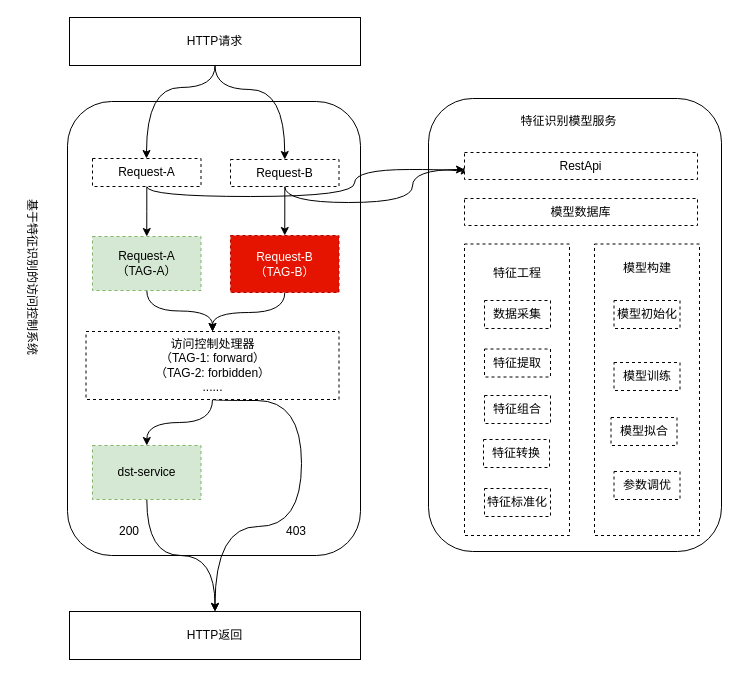
The draw.io diagram page "第 2 页" (2 of 2) of 特征工程flow.drawio in HurryUpWb/pdf, before the edit. Source tidied: cells renumbered, new cells numbered last; positions are measured from the earlier drawing's top-left corner, leaving out a move shared by most shapes. Both pictures are drawn from the tidied source at 100%, with x=0, y=0 at pixel (-57, 17).
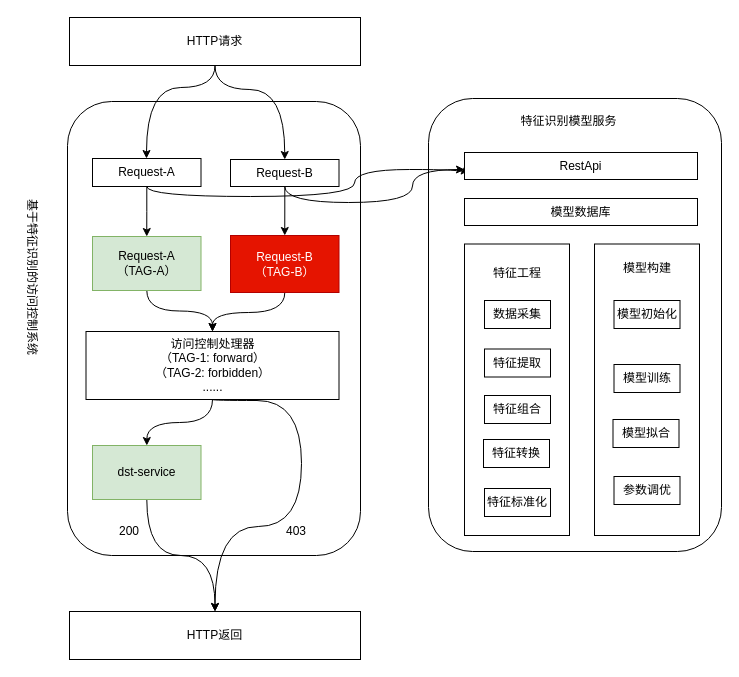
The same page after the edit.

Commit message:
更新特征工程flow.drawio

Change to the diagram source:
```diff
@@
-    <mxCell id="8" value="Request-A" style="whiteSpace=wrap;html=1;rounded=0;dashed=1;align=center;" parent="1" vertex="1">
+    <mxCell id="8" value="Request-A" style="whiteSpace=wrap;html=1;rounded=0;align=center;" parent="1" vertex="1">
       <mxGeometry x="149" y="141" width="108.5" height="28" as="geometry" />
     </mxCell>
@@
-    <mxCell id="12" value="Request-B" style="whiteSpace=wrap;html=1;rounded=0;dashed=1;align=center;" parent="1" vertex="1">
+    <mxCell id="12" value="Request-B" style="whiteSpace=wrap;html=1;rounded=0;align=center;" parent="1" vertex="1">
       <mxGeometry x="287" y="142" width="108.5" height="27" as="geometry" />
     </mxCell>
-    <mxCell id="13" value="RestApi" style="whiteSpace=wrap;html=1;rounded=0;dashed=1;align=center;" parent="1" vertex="1">
+    <mxCell id="13" value="RestApi" style="whiteSpace=wrap;html=1;rounded=0;align=center;" parent="1" vertex="1">
       <mxGeometry x="521" y="135" width="233" height="27" as="geometry" />
     </mxCell>
@@
-    <mxCell id="15" value="Request-A&lt;div&gt;（TAG-A）&lt;/div&gt;" style="whiteSpace=wrap;html=1;rounded=0;dashed=1;align=center;fillColor=#d5e8d4;strokeColor=#82b366;" parent="1" vertex="1">
+    <mxCell id="15" value="Request-A&lt;div&gt;（TAG-A）&lt;/div&gt;" style="whiteSpace=wrap;html=1;rounded=0;align=center;fillColor=#d5e8d4;strokeColor=#82b366;" parent="1" vertex="1">
       <mxGeometry x="149" y="219" width="108.5" height="54" as="geometry" />
     </mxCell>
@@
-    <mxCell id="17" value="Request-B&lt;div&gt;（TAG-B）&lt;/div&gt;" style="whiteSpace=wrap;html=1;rounded=0;dashed=1;align=center;fillColor=#e51400;fontColor=#ffffff;strokeColor=#B20000;" parent="1" vertex="1">
+    <mxCell id="17" value="Request-B&lt;div&gt;（TAG-B）&lt;/div&gt;" style="whiteSpace=wrap;html=1;rounded=0;align=center;fillColor=#e51400;fontColor=#ffffff;strokeColor=#B20000;" parent="1" vertex="1">
       <mxGeometry x="287" y="218" width="108.5" height="57" as="geometry" />
     </mxCell>
@@
-    <mxCell id="22" value="访问控制处理器&lt;div&gt;（TAG-1: forward）&lt;/div&gt;&lt;div&gt;（TAG-2: forbidden）&lt;br&gt;&lt;/div&gt;&lt;div&gt;......&lt;/div&gt;" style="whiteSpace=wrap;html=1;rounded=0;dashed=1;align=center;" parent="1" vertex="1">
+    <mxCell id="22" value="访问控制处理器&lt;div&gt;（TAG-1: forward）&lt;/div&gt;&lt;div&gt;（TAG-2: forbidden）&lt;br&gt;&lt;/div&gt;&lt;div&gt;......&lt;/div&gt;" style="whiteSpace=wrap;html=1;rounded=0;align=center;" parent="1" vertex="1">
       <mxGeometry x="142.5" y="314" width="253" height="68" as="geometry" />
     </mxCell>
@@
-    <mxCell id="24" value="dst-service" style="whiteSpace=wrap;html=1;rounded=0;dashed=1;align=center;fillColor=#d5e8d4;strokeColor=#82b366;" parent="1" vertex="1">
+    <mxCell id="24" value="dst-service" style="whiteSpace=wrap;html=1;rounded=0;align=center;fillColor=#d5e8d4;strokeColor=#82b366;" parent="1" vertex="1">
       <mxGeometry x="149" y="428" width="108.5" height="54" as="geometry" />
     </mxCell>
@@
-    <mxCell id="28" style="whiteSpace=wrap;html=1;rounded=0;dashed=1;align=center;" parent="1" vertex="1">
+    <mxCell id="28" style="whiteSpace=wrap;html=1;rounded=0;align=center;" parent="1" vertex="1">
       <mxGeometry x="521" y="226.5" width="105" height="291.5" as="geometry" />
     </mxCell>
-    <mxCell id="29" style="whiteSpace=wrap;html=1;rounded=0;dashed=1;align=center;" parent="1" vertex="1">
+    <mxCell id="29" style="whiteSpace=wrap;html=1;rounded=0;align=center;" parent="1" vertex="1">
       <mxGeometry x="651" y="226.5" width="105" height="291.5" as="geometry" />
     </mxCell>
@@
-    <mxCell id="32" value="数据采集" style="whiteSpace=wrap;html=1;rounded=0;dashed=1;align=center;" parent="1" vertex="1">
+    <mxCell id="32" value="数据采集" style="whiteSpace=wrap;html=1;rounded=0;align=center;" parent="1" vertex="1">
       <mxGeometry x="541" y="283" width="66" height="28" as="geometry" />
     </mxCell>
-    <mxCell id="33" value="特征提取" style="whiteSpace=wrap;html=1;rounded=0;dashed=1;align=center;" parent="1" vertex="1">
+    <mxCell id="33" value="特征提取" style="whiteSpace=wrap;html=1;rounded=0;align=center;" parent="1" vertex="1">
       <mxGeometry x="541" y="331.5" width="66" height="28" as="geometry" />
     </mxCell>
-    <mxCell id="34" value="特征组合" style="whiteSpace=wrap;html=1;rounded=0;dashed=1;align=center;" parent="1" vertex="1">
+    <mxCell id="34" value="特征组合" style="whiteSpace=wrap;html=1;rounded=0;align=center;" parent="1" vertex="1">
       <mxGeometry x="541" y="378" width="66" height="28" as="geometry" />
     </mxCell>
-    <mxCell id="35" value="特征转换" style="whiteSpace=wrap;html=1;rounded=0;dashed=1;align=center;" parent="1" vertex="1">
+    <mxCell id="35" value="特征转换" style="whiteSpace=wrap;html=1;rounded=0;align=center;" parent="1" vertex="1">
       <mxGeometry x="540" y="422" width="66" height="28" as="geometry" />
     </mxCell>
-    <mxCell id="36" value="特征标准化" style="whiteSpace=wrap;html=1;rounded=0;dashed=1;align=center;" parent="1" vertex="1">
+    <mxCell id="36" value="特征标准化" style="whiteSpace=wrap;html=1;rounded=0;align=center;" parent="1" vertex="1">
       <mxGeometry x="541" y="471" width="66" height="28" as="geometry" />
     </mxCell>
-    <mxCell id="37" value="模型初始化" style="whiteSpace=wrap;html=1;rounded=0;dashed=1;align=center;" parent="1" vertex="1">
+    <mxCell id="37" value="模型初始化" style="whiteSpace=wrap;html=1;rounded=0;align=center;" parent="1" vertex="1">
       <mxGeometry x="670.5" y="283" width="66" height="28" as="geometry" />
     </mxCell>
-    <mxCell id="38" value="模型训练" style="whiteSpace=wrap;html=1;rounded=0;dashed=1;align=center;" parent="1" vertex="1">
-      <mxGeometry x="670.5" y="345" width="66" height="28" as="geometry" />
+    <mxCell id="38" value="模型训练" style="whiteSpace=wrap;html=1;rounded=0;align=center;" parent="1" vertex="1">
+      <mxGeometry x="670.5" y="347" width="66" height="28" as="geometry" />
     </mxCell>
-    <mxCell id="39" value="模型拟合" style="whiteSpace=wrap;html=1;rounded=0;dashed=1;align=center;" parent="1" vertex="1">
-      <mxGeometry x="667.5" y="400" width="66" height="28" as="geometry" />
+    <mxCell id="39" value="模型拟合" style="whiteSpace=wrap;html=1;rounded=0;align=center;" parent="1" vertex="1">
+      <mxGeometry x="669.5" y="402" width="66" height="28" as="geometry" />
     </mxCell>
-    <mxCell id="40" value="参数调优" style="whiteSpace=wrap;html=1;rounded=0;dashed=1;align=center;" parent="1" vertex="1">
-      <mxGeometry x="670.5" y="454" width="66" height="28" as="geometry" />
+    <mxCell id="40" value="参数调优" style="whiteSpace=wrap;html=1;rounded=0;align=center;" parent="1" vertex="1">
+      <mxGeometry x="670.5" y="459" width="66" height="28" as="geometry" />
     </mxCell>
-    <mxCell id="41" value="模型数据库" style="whiteSpace=wrap;html=1;rounded=0;dashed=1;align=center;" parent="1" vertex="1">
+    <mxCell id="41" value="模型数据库" style="whiteSpace=wrap;html=1;rounded=0;align=center;" parent="1" vertex="1">
       <mxGeometry x="521" y="181" width="233" height="27" as="geometry" />
     </mxCell>
```
